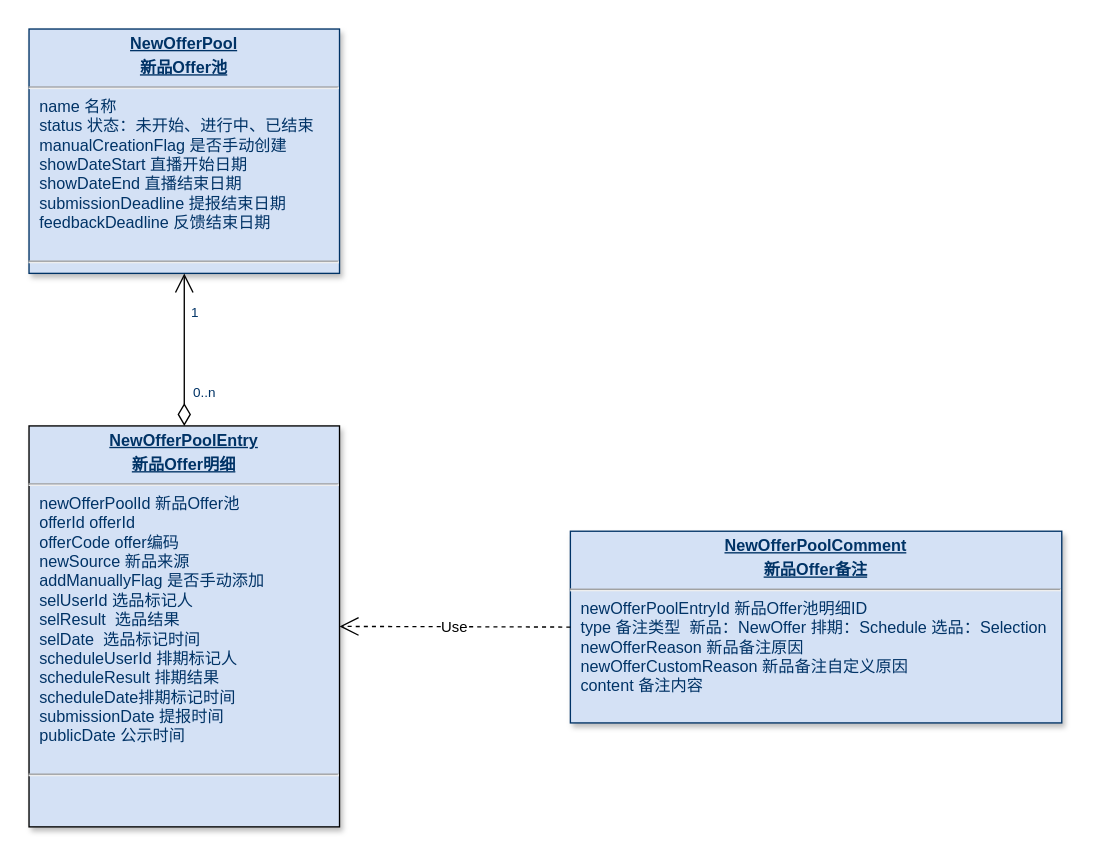
Earlier version of the draw.io diagram page "新品Offer" (19 of 19) of 美one.drawio (rockywade/draw). Source tidied: cells renumbered, new cells numbered last; positions are measured from the earlier drawing's top-left corner, leaving out a move shared by most shapes. Both pictures are drawn from the tidied source at 135%, with x=0, y=0 at pixel (28, 28).
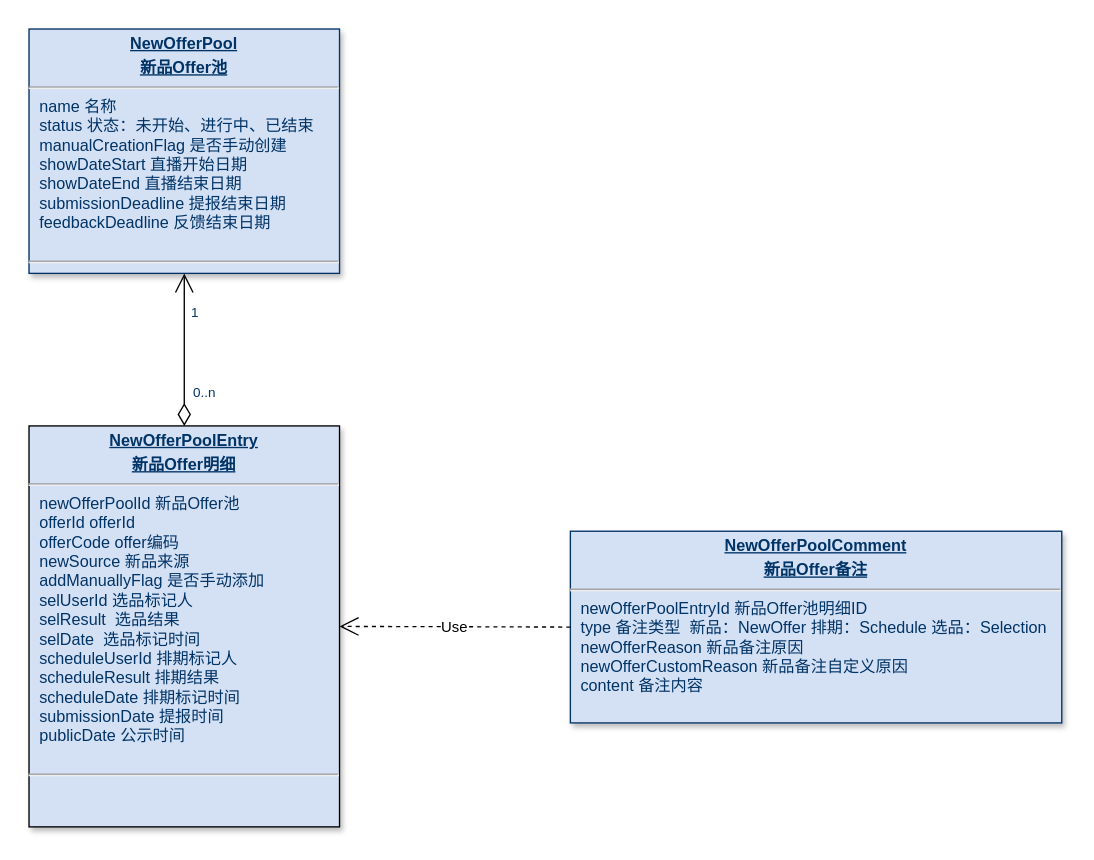
The same diagram, later.

The edit, as a diff of the source:
```diff
@@
 <mxGraphModel>
   <root>
     <mxCell id="0" />
     <mxCell id="1" parent="0" />
     <mxCell id="2" value="&lt;p style=&quot;margin: 4px 0px 0px; text-align: center;&quot;&gt;&lt;b&gt;&lt;u&gt;NewOfferPool&lt;/u&gt;&lt;/b&gt;&lt;/p&gt;&lt;p style=&quot;margin: 4px 0px 0px; text-align: center;&quot;&gt;&lt;b&gt;&lt;u&gt;新品Offer池&lt;/u&gt;&lt;/b&gt;&lt;/p&gt;&lt;hr&gt;&lt;p style=&quot;margin: 0px; margin-left: 8px;&quot;&gt;&lt;span style=&quot;background-color: transparent; color: light-dark(rgb(0, 51, 102), rgb(161, 205, 249));&quot;&gt;name 名称&lt;/span&gt;&lt;/p&gt;&lt;p style=&quot;margin: 0px; margin-left: 8px;&quot;&gt;status 状态：&lt;span style=&quot;background-color: transparent; color: light-dark(rgb(0, 51, 102), rgb(161, 205, 249));&quot;&gt;未开始、进行中、已结束&lt;/span&gt;&lt;/p&gt;&lt;p style=&quot;margin: 0px; margin-left: 8px;&quot;&gt;&lt;span style=&quot;background-color: transparent;&quot;&gt;manualCreationFlag&lt;/span&gt;&lt;span style=&quot;background-color: transparent;&quot;&gt;&amp;nbsp;是否手动创建&lt;/span&gt;&lt;/p&gt;&lt;p style=&quot;margin: 0px; margin-left: 8px;&quot;&gt;showDateStart&amp;nbsp;直播开始日期&lt;/p&gt;&lt;p style=&quot;margin: 0px; margin-left: 8px;&quot;&gt;showDateEnd&amp;nbsp;直播结束日期&lt;/p&gt;&lt;p style=&quot;margin: 0px; margin-left: 8px;&quot;&gt;&lt;span style=&quot;background-color: transparent;&quot;&gt;submission&lt;/span&gt;Deadline 提报结束日期&lt;/p&gt;&lt;p style=&quot;margin: 0px; margin-left: 8px;&quot;&gt;feedbackDeadline 反馈结束日期&lt;/p&gt;&lt;p style=&quot;margin: 0px; margin-left: 8px;&quot;&gt;&lt;br&gt;&lt;/p&gt;&lt;hr&gt;&lt;p style=&quot;margin: 0px; margin-left: 8px;&quot;&gt;&lt;br&gt;&lt;/p&gt;&lt;p style=&quot;margin: 0px; margin-left: 8px;&quot;&gt;&lt;br&gt;&lt;/p&gt;" style="verticalAlign=top;align=left;overflow=fill;fontSize=12;fontFamily=Helvetica;html=1;strokeColor=#003366;shadow=1;fillColor=#D4E1F5;fontColor=#003366;rounded=0;glass=0;imageAspect=1;labelBackgroundColor=none;textShadow=0;" parent="1" vertex="1">
       <mxGeometry width="230" height="181" as="geometry" />
     </mxCell>
-    <mxCell id="3" value="&lt;p style=&quot;margin: 4px 0px 0px; text-align: center;&quot;&gt;&lt;b&gt;&lt;u&gt;NewOfferPoolEntry&lt;/u&gt;&lt;/b&gt;&lt;/p&gt;&lt;p style=&quot;margin: 4px 0px 0px; text-align: center;&quot;&gt;&lt;b&gt;&lt;u&gt;新品Offer明细&lt;/u&gt;&lt;/b&gt;&lt;/p&gt;&lt;hr&gt;&lt;p style=&quot;margin: 0px; margin-left: 8px;&quot;&gt;&lt;span style=&quot;background-color: transparent; color: light-dark(rgb(0, 51, 102), rgb(161, 205, 249));&quot;&gt;newOfferPoolId&amp;nbsp;&lt;/span&gt;&lt;span style=&quot;background-color: transparent;&quot;&gt;新品Offer池&lt;/span&gt;&lt;/p&gt;&lt;p style=&quot;margin: 0px; margin-left: 8px;&quot;&gt;offerId offerId&lt;/p&gt;&lt;p style=&quot;margin: 0px; margin-left: 8px;&quot;&gt;offerCode offer编码&lt;/p&gt;&lt;p style=&quot;margin: 0px; margin-left: 8px;&quot;&gt;newSource 新品来源&lt;/p&gt;&lt;p style=&quot;margin: 0px; margin-left: 8px;&quot;&gt;&lt;span style=&quot;background-color: transparent;&quot;&gt;addManuallyFlag&lt;/span&gt;&amp;nbsp;是否手动添加&lt;/p&gt;&lt;p style=&quot;margin: 0px; margin-left: 8px;&quot;&gt;selUserId&amp;nbsp;选品标记人&lt;/p&gt;&lt;p style=&quot;margin: 0px; margin-left: 8px;&quot;&gt;selResult&amp;nbsp;&amp;nbsp;选品结果&lt;/p&gt;&lt;p style=&quot;margin: 0px; margin-left: 8px;&quot;&gt;selDate&amp;nbsp; 选品标记时间&lt;/p&gt;&lt;p style=&quot;margin: 0px; margin-left: 8px;&quot;&gt;scheduleUserId&amp;nbsp;排期标记人&lt;/p&gt;&lt;p style=&quot;margin: 0px; margin-left: 8px;&quot;&gt;scheduleResult 排期结果&lt;/p&gt;&lt;p style=&quot;margin: 0px; margin-left: 8px;&quot;&gt;scheduleDate排期标记时间&lt;/p&gt;&lt;p style=&quot;margin: 0px; margin-left: 8px;&quot;&gt;submissionDate 提报时间&lt;/p&gt;&lt;p style=&quot;margin: 0px; margin-left: 8px;&quot;&gt;publicDate 公示时间&lt;/p&gt;&lt;p style=&quot;margin: 0px; margin-left: 8px;&quot;&gt;&lt;br&gt;&lt;/p&gt;&lt;hr&gt;&lt;p style=&quot;margin: 0px; margin-left: 8px;&quot;&gt;&lt;br&gt;&lt;/p&gt;&lt;p style=&quot;margin: 0px; margin-left: 8px;&quot;&gt;&lt;br&gt;&lt;/p&gt;" style="verticalAlign=top;align=left;overflow=fill;fontSize=12;fontFamily=Helvetica;html=1;strokeColor=default;shadow=1;fillColor=#D4E1F5;fontColor=#003366;rounded=0;glass=0;imageAspect=1;labelBackgroundColor=none;textShadow=0;direction=east;" parent="1" vertex="1">
+    <mxCell id="3" value="&lt;p style=&quot;margin: 4px 0px 0px; text-align: center;&quot;&gt;&lt;b&gt;&lt;u&gt;NewOfferPoolEntry&lt;/u&gt;&lt;/b&gt;&lt;/p&gt;&lt;p style=&quot;margin: 4px 0px 0px; text-align: center;&quot;&gt;&lt;b&gt;&lt;u&gt;新品Offer明细&lt;/u&gt;&lt;/b&gt;&lt;/p&gt;&lt;hr&gt;&lt;p style=&quot;margin: 0px; margin-left: 8px;&quot;&gt;&lt;span style=&quot;background-color: transparent; color: light-dark(rgb(0, 51, 102), rgb(161, 205, 249));&quot;&gt;newOfferPoolId&amp;nbsp;&lt;/span&gt;&lt;span style=&quot;background-color: transparent;&quot;&gt;新品Offer池&lt;/span&gt;&lt;/p&gt;&lt;p style=&quot;margin: 0px; margin-left: 8px;&quot;&gt;offerId offerId&lt;/p&gt;&lt;p style=&quot;margin: 0px; margin-left: 8px;&quot;&gt;offerCode offer编码&lt;/p&gt;&lt;p style=&quot;margin: 0px; margin-left: 8px;&quot;&gt;newSource 新品来源&lt;/p&gt;&lt;p style=&quot;margin: 0px; margin-left: 8px;&quot;&gt;&lt;span style=&quot;background-color: transparent;&quot;&gt;addManuallyFlag&lt;/span&gt;&amp;nbsp;是否手动添加&lt;/p&gt;&lt;p style=&quot;margin: 0px; margin-left: 8px;&quot;&gt;selUserId&amp;nbsp;选品标记人&lt;/p&gt;&lt;p style=&quot;margin: 0px; margin-left: 8px;&quot;&gt;selResult&amp;nbsp;&amp;nbsp;选品结果&lt;/p&gt;&lt;p style=&quot;margin: 0px; margin-left: 8px;&quot;&gt;selDate&amp;nbsp; 选品标记时间&lt;/p&gt;&lt;p style=&quot;margin: 0px; margin-left: 8px;&quot;&gt;scheduleUserId&amp;nbsp;排期标记人&lt;/p&gt;&lt;p style=&quot;margin: 0px; margin-left: 8px;&quot;&gt;scheduleResult 排期结果&lt;/p&gt;&lt;p style=&quot;margin: 0px; margin-left: 8px;&quot;&gt;scheduleDate 排期标记时间&lt;/p&gt;&lt;p style=&quot;margin: 0px; margin-left: 8px;&quot;&gt;submissionDate 提报时间&lt;/p&gt;&lt;p style=&quot;margin: 0px; margin-left: 8px;&quot;&gt;publicDate 公示时间&lt;/p&gt;&lt;p style=&quot;margin: 0px; margin-left: 8px;&quot;&gt;&lt;br&gt;&lt;/p&gt;&lt;hr&gt;&lt;p style=&quot;margin: 0px; margin-left: 8px;&quot;&gt;&lt;br&gt;&lt;/p&gt;&lt;p style=&quot;margin: 0px; margin-left: 8px;&quot;&gt;&lt;br&gt;&lt;/p&gt;" style="verticalAlign=top;align=left;overflow=fill;fontSize=12;fontFamily=Helvetica;html=1;strokeColor=default;shadow=1;fillColor=#D4E1F5;fontColor=#003366;rounded=0;glass=0;imageAspect=1;labelBackgroundColor=none;textShadow=0;direction=east;" parent="1" vertex="1">
       <mxGeometry y="294" width="230" height="297" as="geometry" />
     </mxCell>
     <mxCell id="4" value="&lt;p style=&quot;margin: 4px 0px 0px; text-align: center;&quot;&gt;&lt;b&gt;&lt;u&gt;NewOfferPoolComment&lt;/u&gt;&lt;/b&gt;&lt;/p&gt;&lt;p style=&quot;margin: 4px 0px 0px; text-align: center;&quot;&gt;&lt;b&gt;&lt;u&gt;新品Offer备注&lt;/u&gt;&lt;/b&gt;&lt;/p&gt;&lt;hr&gt;&lt;p style=&quot;margin: 0px; margin-left: 8px;&quot;&gt;&lt;span style=&quot;background-color: transparent; color: light-dark(rgb(0, 51, 102), rgb(161, 205, 249));&quot;&gt;newOfferPoolEntryId&amp;nbsp;&lt;/span&gt;&lt;span style=&quot;background-color: transparent;&quot;&gt;新品Offer池明细ID&lt;/span&gt;&lt;/p&gt;&lt;p style=&quot;margin: 0px; margin-left: 8px;&quot;&gt;type 备注类型&amp;nbsp; 新品：NewOffer 排期：Schedule 选品：Selection&lt;/p&gt;&lt;p style=&quot;margin: 0px; margin-left: 8px;&quot;&gt;&lt;span style=&quot;background-color: transparent; color: light-dark(rgb(0, 51, 102), rgb(161, 205, 249));&quot;&gt;newOfferReason&lt;/span&gt;&amp;nbsp;新品备注原因&lt;/p&gt;&lt;p style=&quot;margin: 0px; margin-left: 8px;&quot;&gt;newOfferCustomReason&amp;nbsp;&lt;span style=&quot;background-color: transparent; color: light-dark(rgb(0, 51, 102), rgb(161, 205, 249));&quot;&gt;新品备注自定义原因&lt;/span&gt;&lt;/p&gt;&lt;p style=&quot;margin: 0px; margin-left: 8px;&quot;&gt;&lt;span style=&quot;background-color: transparent; color: light-dark(rgb(0, 51, 102), rgb(161, 205, 249));&quot;&gt;content 备注内容&lt;/span&gt;&amp;nbsp;&amp;nbsp;&lt;/p&gt;&lt;p style=&quot;margin: 0px; margin-left: 8px;&quot;&gt;&lt;br&gt;&lt;/p&gt;&lt;hr&gt;&lt;p style=&quot;margin: 0px; margin-left: 8px;&quot;&gt;&lt;br&gt;&lt;/p&gt;&lt;p style=&quot;margin: 0px; margin-left: 8px;&quot;&gt;&lt;br&gt;&lt;/p&gt;" style="verticalAlign=top;align=left;overflow=fill;fontSize=12;fontFamily=Helvetica;html=1;strokeColor=#003366;shadow=1;fillColor=#D4E1F5;fontColor=#003366;rounded=0;glass=0;imageAspect=1;labelBackgroundColor=none;textShadow=0;" parent="1" vertex="1">
       <mxGeometry x="401" y="372" width="364" height="142" as="geometry" />
     </mxCell>
     <mxCell id="5" value="Use" style="endArrow=open;endSize=12;dashed=1;html=1;rounded=0;entryX=1;entryY=0.5;entryDx=0;entryDy=0;exitX=0;exitY=0.5;exitDx=0;exitDy=0;" parent="1" edge="1" source="4" target="3">
       <mxGeometry relative="1" as="geometry" />
     </mxCell>
     <mxCell id="6" style="endArrow=open;endSize=12;startArrow=diamondThin;startSize=14;startFill=0;edgeStyle=orthogonalEdgeStyle;entryX=0.5;entryY=1;entryDx=0;entryDy=0;exitX=0.5;exitY=0;exitDx=0;exitDy=0;" parent="1" edge="1" source="3" target="2">
       <mxGeometry x="-377.9" y="803.2" as="geometry" />
     </mxCell>
     <mxCell id="7" value="0..n" style="align=left;verticalAlign=top;labelBackgroundColor=#ffffff;fontSize=10;strokeColor=#003366;shadow=1;fillColor=#D4E1F5;fontColor=#003366;" parent="6" vertex="1">
       <mxGeometry x="-1" relative="1" as="geometry">
         <mxPoint x="5" y="-37" as="offset" />
       </mxGeometry>
     </mxCell>
     <mxCell id="8" value="1" style="align=right;verticalAlign=top;labelBackgroundColor=#ffffff;fontSize=10;strokeColor=#003366;shadow=1;fillColor=#D4E1F5;fontColor=#003366;" parent="6" vertex="1">
       <mxGeometry x="1" relative="1" as="geometry">
         <mxPoint x="12" y="17" as="offset" />
       </mxGeometry>
     </mxCell>
   </root>
 </mxGraphModel>
```
